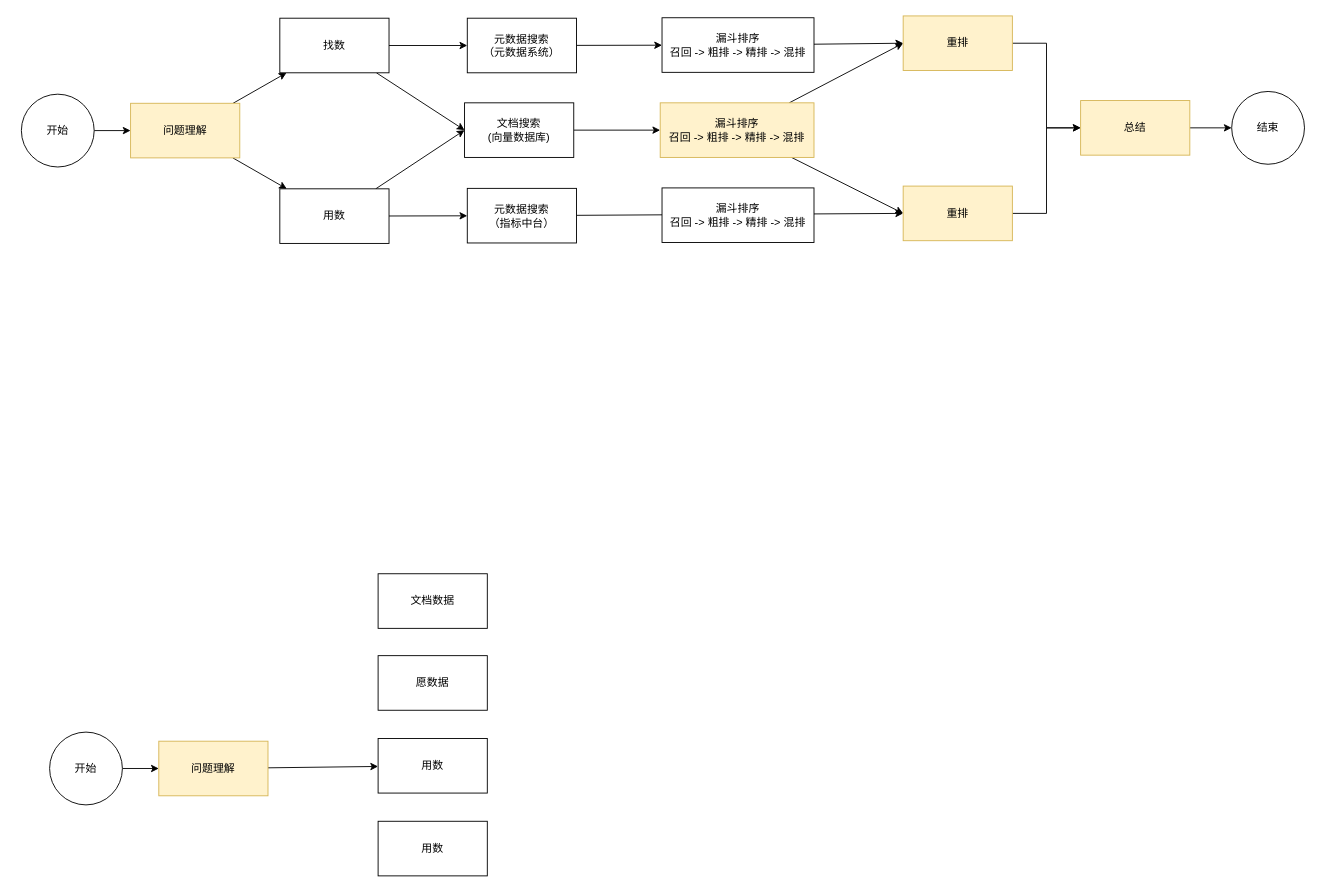
Earlier version of the draw.io diagram 问答机器人现状.drawio (FlyThroughAir/DrawHere). Source tidied: cells renumbered, new cells numbered last; positions are measured from the earlier drawing's top-left corner, leaving out a move shared by most shapes. Both pictures are drawn from the tidied source at 91%, with x=0, y=0 at pixel (21, 15).
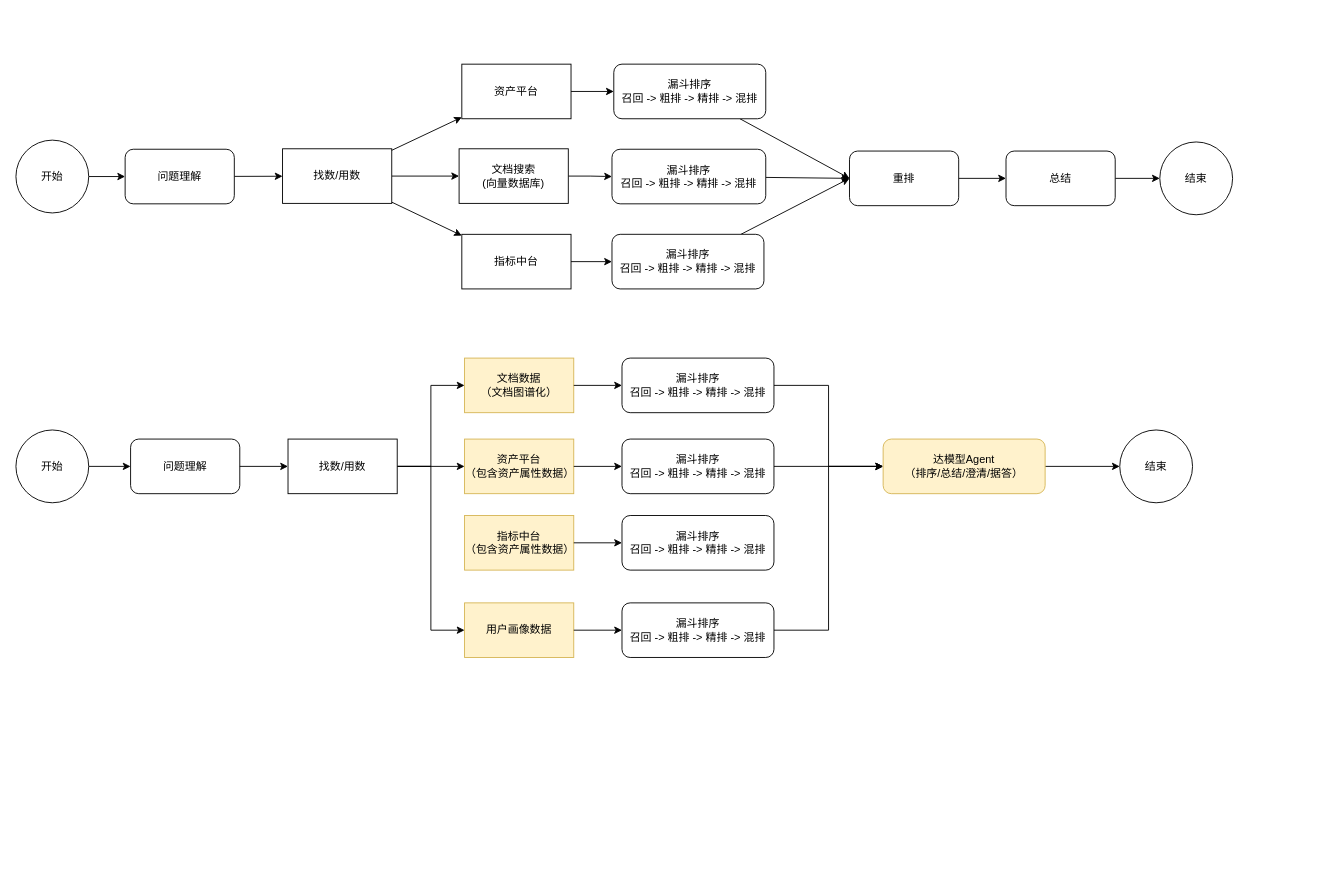
The same diagram, later.

Commit message:
更新问答机器人现状.drawio

What changed in the source:
```diff
@@
     <mxCell id="3" value="开始" style="ellipse;whiteSpace=wrap;html=1;" parent="1" vertex="1">
-      <mxGeometry y="86" width="80" height="80" as="geometry" />
+      <mxGeometry x="-6" y="136.5" width="80" height="80" as="geometry" />
     </mxCell>
-    <mxCell id="4" style="rounded=0;jettySize=auto;html=1;" parent="1" edge="1" source="6" target="9">
-      <mxGeometry relative="1" as="geometry" />
-    </mxCell>
@@
-    <mxCell id="6" value="问题理解" style="whiteSpace=wrap;html=1;fillColor=#fff2cc;strokeColor=#d6b656;" parent="1" vertex="1">
-      <mxGeometry x="120" y="96" width="120" height="60" as="geometry" />
+    <mxCell id="6" value="问题理解" style="whiteSpace=wrap;html=1;rounded=1;" parent="1" vertex="1">
+      <mxGeometry x="114" y="146.5" width="120" height="60" as="geometry" />
     </mxCell>
@@
-    <mxCell id="8" style="rounded=0;jettySize=auto;html=1;entryX=0;entryY=0.5;entryDx=0;entryDy=0;" parent="1" edge="1" source="9" target="21">
-      <mxGeometry relative="1" as="geometry" />
-    </mxCell>
-    <mxCell id="9" value="找数" style="whiteSpace=wrap;html=1;" parent="1" vertex="1">
-      <mxGeometry x="284" y="2.5" width="120" height="60" as="geometry" />
-    </mxCell>
@@
-    <mxCell id="12" value="用数" style="whiteSpace=wrap;html=1;" parent="1" vertex="1">
-      <mxGeometry x="284" y="190" width="120" height="60" as="geometry" />
+    <mxCell id="12" value="找数/用数" style="whiteSpace=wrap;html=1;" parent="1" vertex="1">
+      <mxGeometry x="287" y="146" width="120" height="60" as="geometry" />
     </mxCell>
@@
-    <mxCell id="15" value="漏斗排序&lt;div&gt;&lt;span style=&quot;background-color: initial; white-space: pre;&quot; class=&quot;text-only&quot;&gt;召回 -&amp;gt; 粗排 -&amp;gt; 精排 &lt;/span&gt;&lt;span style=&quot;white-space: pre;&quot;&gt;-&amp;gt; &lt;/span&gt;&lt;span style=&quot;background-color: initial; white-space: pre;&quot; class=&quot;text-only text-with-abbreviation text-with-abbreviation-bottomline&quot;&gt;混排&lt;/span&gt;&lt;br&gt;&lt;/div&gt;" style="whiteSpace=wrap;html=1;" parent="1" vertex="1">
-      <mxGeometry x="704" y="2" width="167" height="60" as="geometry" />
+    <mxCell id="15" value="漏斗排序&lt;div&gt;&lt;span style=&quot;background-color: initial; white-space: pre;&quot; class=&quot;text-only&quot;&gt;召回 -&amp;gt; 粗排 -&amp;gt; 精排 &lt;/span&gt;&lt;span style=&quot;white-space: pre;&quot;&gt;-&amp;gt; &lt;/span&gt;&lt;span style=&quot;background-color: initial; white-space: pre;&quot; class=&quot;text-only text-with-abbreviation text-with-abbreviation-bottomline&quot;&gt;混排&lt;/span&gt;&lt;br&gt;&lt;/div&gt;" style="whiteSpace=wrap;html=1;rounded=1;" parent="1" vertex="1">
+      <mxGeometry x="651" y="53" width="167" height="60" as="geometry" />
     </mxCell>
@@
-    <mxCell id="17" style="rounded=0;jettySize=auto;html=1;entryX=0;entryY=0.5;entryDx=0;entryDy=0;" parent="1" edge="1" source="18" target="25">
-      <mxGeometry relative="1" as="geometry" />
-    </mxCell>
-    <mxCell id="18" value="&lt;div&gt;漏斗排序&lt;div&gt;&lt;span style=&quot;background-color: initial; white-space: pre;&quot; class=&quot;text-only&quot;&gt;召回 -&amp;gt; 粗排 -&amp;gt; 精排 &lt;/span&gt;&lt;span style=&quot;white-space: pre;&quot;&gt;-&amp;gt; &lt;/span&gt;&lt;span style=&quot;background-color: initial; white-space: pre;&quot; class=&quot;text-only text-with-abbreviation text-with-abbreviation-bottomline&quot;&gt;混排&lt;/span&gt;&lt;/div&gt;&lt;/div&gt;" style="whiteSpace=wrap;html=1;fillColor=#fff2cc;strokeColor=#d6b656;" parent="1" vertex="1">
-      <mxGeometry x="702" y="95.5" width="169" height="60" as="geometry" />
+    <mxCell id="18" value="&lt;div&gt;漏斗排序&lt;div&gt;&lt;span style=&quot;background-color: initial; white-space: pre;&quot; class=&quot;text-only&quot;&gt;召回 -&amp;gt; 粗排 -&amp;gt; 精排 &lt;/span&gt;&lt;span style=&quot;white-space: pre;&quot;&gt;-&amp;gt; &lt;/span&gt;&lt;span style=&quot;background-color: initial; white-space: pre;&quot; class=&quot;text-only text-with-abbreviation text-with-abbreviation-bottomline&quot;&gt;混排&lt;/span&gt;&lt;/div&gt;&lt;/div&gt;" style="whiteSpace=wrap;html=1;rounded=1;" parent="1" vertex="1">
+      <mxGeometry x="649" y="146.5" width="169" height="60" as="geometry" />
     </mxCell>
-    <mxCell id="19" style="rounded=0;jettySize=auto;html=1;entryX=0;entryY=0.5;entryDx=0;entryDy=0;" parent="1" edge="1" source="20" target="25">
+    <mxCell id="19" style="rounded=0;jettySize=auto;html=1;entryX=0;entryY=0.5;entryDx=0;entryDy=0;" parent="1" edge="1" source="39" target="23">
       <mxGeometry relative="1" as="geometry" />
     </mxCell>
-    <mxCell id="20" value="元数据搜索&lt;div&gt;（指标中台）&lt;/div&gt;" style="whiteSpace=wrap;html=1;" parent="1" vertex="1">
-      <mxGeometry x="490" y="189.5" width="120" height="60" as="geometry" />
+    <mxCell id="20" value="&lt;div&gt;指标中台&lt;/div&gt;" style="whiteSpace=wrap;html=1;" parent="1" vertex="1">
+      <mxGeometry x="484" y="240" width="120" height="60" as="geometry" />
     </mxCell>
     <mxCell id="21" value="文档搜索&lt;div&gt;(&lt;span style=&quot;background-color: initial;&quot;&gt;向量数据库&lt;/span&gt;&lt;span style=&quot;background-color: initial;&quot;&gt;)&lt;/span&gt;&lt;/div&gt;" style="whiteSpace=wrap;html=1;" parent="1" vertex="1">
-      <mxGeometry x="487" y="95.5" width="120" height="60" as="geometry" />
+      <mxGeometry x="481" y="146" width="120" height="60" as="geometry" />
     </mxCell>
@@
-    <mxCell id="23" value="重排" style="whiteSpace=wrap;html=1;fillColor=#fff2cc;strokeColor=#d6b656;" parent="1" vertex="1">
-      <mxGeometry x="969" width="120" height="60" as="geometry" />
+    <mxCell id="23" value="重排" style="whiteSpace=wrap;html=1;rounded=1;" parent="1" vertex="1">
+      <mxGeometry x="910" y="148.5" width="120" height="60" as="geometry" />
     </mxCell>
-    <mxCell id="24" style="edgeStyle=orthogonalEdgeStyle;rounded=0;jettySize=auto;html=1;entryX=0;entryY=0.5;entryDx=0;entryDy=0;" parent="1" edge="1" source="25" target="27">
-      <mxGeometry relative="1" as="geometry" />
-    </mxCell>
-    <mxCell id="25" value="重排" style="whiteSpace=wrap;html=1;fillColor=#fff2cc;strokeColor=#d6b656;" parent="1" vertex="1">
-      <mxGeometry x="969" y="187" width="120" height="60" as="geometry" />
-    </mxCell>
@@
-    <mxCell id="27" value="总结" style="whiteSpace=wrap;html=1;fillColor=#fff2cc;strokeColor=#d6b656;" parent="1" vertex="1">
-      <mxGeometry x="1164" y="93" width="120" height="60" as="geometry" />
+    <mxCell id="27" value="总结" style="whiteSpace=wrap;html=1;rounded=1;" parent="1" vertex="1">
+      <mxGeometry x="1082" y="148.5" width="120" height="60" as="geometry" />
     </mxCell>
     <mxCell id="28" value="结束" style="ellipse;whiteSpace=wrap;html=1;" parent="1" vertex="1">
-      <mxGeometry x="1330" y="83" width="80" height="80" as="geometry" />
+      <mxGeometry x="1251" y="138.5" width="80" height="80" as="geometry" />
     </mxCell>
@@
     <mxCell id="30" value="开始" style="ellipse;whiteSpace=wrap;html=1;" parent="1" vertex="1">
-      <mxGeometry x="31" y="787" width="80" height="80" as="geometry" />
+      <mxGeometry x="-6" y="455" width="80" height="80" as="geometry" />
     </mxCell>
-    <mxCell id="31" style="rounded=0;jettySize=auto;html=1;" parent="1" edge="1" source="32" target="33">
-      <mxGeometry relative="1" as="geometry" />
-    </mxCell>
+    <mxCell id="40" style="edgeStyle=orthogonalEdgeStyle;rounded=0;jettySize=auto;html=1;entryX=0;entryY=0.5;entryDx=0;entryDy=0;" parent="1" edge="1" source="56" target="34">
+      <mxGeometry relative="1" as="geometry" />
+    </mxCell>
-    <mxCell id="32" value="问题理解" style="whiteSpace=wrap;html=1;fillColor=#fff2cc;strokeColor=#d6b656;" parent="1" vertex="1">
-      <mxGeometry x="151" y="797" width="120" height="60" as="geometry" />
+    <mxCell id="32" value="问题理解" style="whiteSpace=wrap;html=1;rounded=1;" parent="1" vertex="1">
+      <mxGeometry x="120" y="465" width="120" height="60" as="geometry" />
     </mxCell>
+    <mxCell id="41" style="edgeStyle=orthogonalEdgeStyle;rounded=0;jettySize=auto;html=1;entryX=0;entryY=0.5;entryDx=0;entryDy=0;" parent="1" edge="1" source="51" target="45">
+      <mxGeometry relative="1" as="geometry" />
+    </mxCell>
-    <mxCell id="33" value="用数" style="whiteSpace=wrap;html=1;" parent="1" vertex="1">
-      <mxGeometry x="392" y="794" width="120" height="60" as="geometry" />
+    <mxCell id="33" value="用户画像数据" style="whiteSpace=wrap;html=1;fillColor=#fff2cc;strokeColor=#d6b656;" parent="1" vertex="1">
+      <mxGeometry x="487" y="645" width="120" height="60" as="geometry" />
     </mxCell>
+    <mxCell id="42" style="edgeStyle=orthogonalEdgeStyle;rounded=0;jettySize=auto;html=1;" parent="1" edge="1" source="49" target="45">
+      <mxGeometry relative="1" as="geometry" />
+    </mxCell>
-    <mxCell id="34" value="愿数据" style="whiteSpace=wrap;html=1;" parent="1" vertex="1">
-      <mxGeometry x="392" y="703" width="120" height="60" as="geometry" />
+    <mxCell id="34" value="资产平台&lt;div&gt;（包含资产属性数据）&lt;/div&gt;" style="whiteSpace=wrap;html=1;fillColor=#fff2cc;strokeColor=#d6b656;" parent="1" vertex="1">
+      <mxGeometry x="487" y="465" width="120" height="60" as="geometry" />
     </mxCell>
-    <mxCell id="35" value="用数" style="whiteSpace=wrap;html=1;" parent="1" vertex="1">
-      <mxGeometry x="392" y="885" width="120" height="60" as="geometry" />
-    </mxCell>
+    <mxCell id="43" style="edgeStyle=orthogonalEdgeStyle;rounded=0;jettySize=auto;html=1;entryX=0;entryY=0.5;entryDx=0;entryDy=0;" parent="1" edge="1" source="47" target="45">
+      <mxGeometry relative="1" as="geometry" />
+    </mxCell>
-    <mxCell id="36" value="文档数据" style="whiteSpace=wrap;html=1;" parent="1" vertex="1">
-      <mxGeometry x="392" y="613" width="120" height="60" as="geometry" />
+    <mxCell id="36" value="文档数据&lt;div&gt;（文档图谱化）&lt;/div&gt;" style="whiteSpace=wrap;html=1;fillColor=#fff2cc;strokeColor=#d6b656;" parent="1" vertex="1">
+      <mxGeometry x="487" y="376" width="120" height="60" as="geometry" />
     </mxCell>
-    <mxCell id="37" style="rounded=0;jettySize=auto;html=1;" parent="1" edge="1" source="9" target="38">
+    <mxCell id="37" style="rounded=0;jettySize=auto;html=1;" parent="1" edge="1" source="12" target="38">
       <mxGeometry relative="1" as="geometry" />
     </mxCell>
-    <mxCell id="38" value="元数据搜索&lt;div&gt;（元数据系统）&lt;/div&gt;" style="whiteSpace=wrap;html=1;" parent="1" vertex="1">
-      <mxGeometry x="490" y="2.5" width="120" height="60" as="geometry" />
+    <mxCell id="38" value="&lt;div&gt;资产平台&lt;/div&gt;" style="whiteSpace=wrap;html=1;" parent="1" vertex="1">
+      <mxGeometry x="484" y="53" width="120" height="60" as="geometry" />
     </mxCell>
+    <mxCell id="44" style="edgeStyle=orthogonalEdgeStyle;rounded=0;jettySize=auto;html=1;" parent="1" edge="1" source="45" target="52">
+      <mxGeometry relative="1" as="geometry" />
+    </mxCell>
+    <mxCell id="45" value="达模型Agent&lt;div&gt;（排序/总结/澄清/据答）&lt;/div&gt;" style="whiteSpace=wrap;html=1;rounded=1;fillColor=#fff2cc;strokeColor=#d6b656;" parent="1" vertex="1">
+      <mxGeometry x="947" y="465" width="178" height="60" as="geometry" />
+    </mxCell>
+    <mxCell id="46" style="edgeStyle=orthogonalEdgeStyle;rounded=0;jettySize=auto;html=1;entryX=0;entryY=0.5;entryDx=0;entryDy=0;" parent="1" edge="1" source="36" target="47">
+      <mxGeometry relative="1" as="geometry" />
+    </mxCell>
+    <mxCell id="47" value="漏斗排序&lt;div&gt;&lt;span style=&quot;background-color: initial; white-space: pre;&quot; class=&quot;text-only&quot;&gt;召回 -&amp;gt; 粗排 -&amp;gt; 精排 &lt;/span&gt;&lt;span style=&quot;white-space: pre;&quot;&gt;-&amp;gt; &lt;/span&gt;&lt;span style=&quot;background-color: initial; white-space: pre;&quot; class=&quot;text-only text-with-abbreviation text-with-abbreviation-bottomline&quot;&gt;混排&lt;/span&gt;&lt;br&gt;&lt;/div&gt;" style="whiteSpace=wrap;html=1;rounded=1;" parent="1" vertex="1">
+      <mxGeometry x="660" y="376" width="167" height="60" as="geometry" />
+    </mxCell>
+    <mxCell id="48" style="edgeStyle=orthogonalEdgeStyle;rounded=0;jettySize=auto;html=1;" parent="1" edge="1" source="34" target="49">
+      <mxGeometry relative="1" as="geometry" />
+    </mxCell>
+    <mxCell id="49" value="漏斗排序&lt;div&gt;&lt;span style=&quot;background-color: initial; white-space: pre;&quot; class=&quot;text-only&quot;&gt;召回 -&amp;gt; 粗排 -&amp;gt; 精排 &lt;/span&gt;&lt;span style=&quot;white-space: pre;&quot;&gt;-&amp;gt; &lt;/span&gt;&lt;span style=&quot;background-color: initial; white-space: pre;&quot; class=&quot;text-only text-with-abbreviation text-with-abbreviation-bottomline&quot;&gt;混排&lt;/span&gt;&lt;br&gt;&lt;/div&gt;" style="whiteSpace=wrap;html=1;rounded=1;" parent="1" vertex="1">
+      <mxGeometry x="660" y="465" width="167" height="60" as="geometry" />
+    </mxCell>
+    <mxCell id="50" style="edgeStyle=orthogonalEdgeStyle;rounded=0;jettySize=auto;html=1;entryX=0;entryY=0.5;entryDx=0;entryDy=0;" parent="1" edge="1" source="33" target="51">
+      <mxGeometry relative="1" as="geometry" />
+    </mxCell>
+    <mxCell id="51" value="漏斗排序&lt;div&gt;&lt;span style=&quot;background-color: initial; white-space: pre;&quot; class=&quot;text-only&quot;&gt;召回 -&amp;gt; 粗排 -&amp;gt; 精排 &lt;/span&gt;&lt;span style=&quot;white-space: pre;&quot;&gt;-&amp;gt; &lt;/span&gt;&lt;span style=&quot;background-color: initial; white-space: pre;&quot; class=&quot;text-only text-with-abbreviation text-with-abbreviation-bottomline&quot;&gt;混排&lt;/span&gt;&lt;br&gt;&lt;/div&gt;" style="whiteSpace=wrap;html=1;rounded=1;" parent="1" vertex="1">
+      <mxGeometry x="660" y="645" width="167" height="60" as="geometry" />
+    </mxCell>
+    <mxCell id="52" value="结束" style="ellipse;whiteSpace=wrap;html=1;" parent="1" vertex="1">
+      <mxGeometry x="1207" y="455" width="80" height="80" as="geometry" />
+    </mxCell>
+    <mxCell id="53" style="edgeStyle=orthogonalEdgeStyle;rounded=0;jettySize=auto;html=1;entryX=0;entryY=0.5;entryDx=0;entryDy=0;" parent="1" edge="1" source="32" target="56">
+      <mxGeometry relative="1" as="geometry" />
+    </mxCell>
+    <mxCell id="54" style="edgeStyle=orthogonalEdgeStyle;rounded=0;jettySize=auto;html=1;entryX=0;entryY=0.5;entryDx=0;entryDy=0;" parent="1" edge="1" source="56" target="36">
+      <mxGeometry relative="1" as="geometry" />
+    </mxCell>
+    <mxCell id="55" style="edgeStyle=orthogonalEdgeStyle;rounded=0;jettySize=auto;html=1;entryX=0;entryY=0.5;entryDx=0;entryDy=0;" parent="1" edge="1" source="56" target="33">
+      <mxGeometry relative="1" as="geometry" />
+    </mxCell>
+    <mxCell id="56" value="找数/用数" style="whiteSpace=wrap;html=1;rounded=0;" parent="1" vertex="1">
+      <mxGeometry x="293" y="465" width="120" height="60" as="geometry" />
+    </mxCell>
+    <mxCell id="57" style="rounded=0;jettySize=auto;html=1;entryX=0;entryY=0.5;entryDx=0;entryDy=0;" parent="1" edge="1" source="20" target="39">
+      <mxGeometry relative="1" as="geometry" />
+    </mxCell>
-    <mxCell id="39" value="漏斗排序&lt;div&gt;&lt;span style=&quot;background-color: initial; white-space: pre;&quot; class=&quot;text-only&quot;&gt;召回 -&amp;gt; 粗排 -&amp;gt; 精排 &lt;/span&gt;&lt;span style=&quot;white-space: pre;&quot;&gt;-&amp;gt; &lt;/span&gt;&lt;span style=&quot;background-color: initial; white-space: pre;&quot; class=&quot;text-only text-with-abbreviation text-with-abbreviation-bottomline&quot;&gt;混排&lt;/span&gt;&lt;br&gt;&lt;/div&gt;" style="whiteSpace=wrap;html=1;" parent="1" vertex="1">
-      <mxGeometry x="704" y="189" width="167" height="60" as="geometry" />
+    <mxCell id="39" value="漏斗排序&lt;div&gt;&lt;span style=&quot;background-color: initial; white-space: pre;&quot; class=&quot;text-only&quot;&gt;召回 -&amp;gt; 粗排 -&amp;gt; 精排 &lt;/span&gt;&lt;span style=&quot;white-space: pre;&quot;&gt;-&amp;gt; &lt;/span&gt;&lt;span style=&quot;background-color: initial; white-space: pre;&quot; class=&quot;text-only text-with-abbreviation text-with-abbreviation-bottomline&quot;&gt;混排&lt;/span&gt;&lt;br&gt;&lt;/div&gt;" style="whiteSpace=wrap;html=1;rounded=1;" parent="1" vertex="1">
+      <mxGeometry x="649" y="240" width="167" height="60" as="geometry" />
     </mxCell>
+    <mxCell id="58" value="指标中台&lt;div&gt;（包含资产属性数据）&lt;/div&gt;" style="whiteSpace=wrap;html=1;fillColor=#fff2cc;strokeColor=#d6b656;" parent="1" vertex="1">
+      <mxGeometry x="487" y="549" width="120" height="60" as="geometry" />
+    </mxCell>
+    <mxCell id="59" style="edgeStyle=orthogonalEdgeStyle;rounded=0;jettySize=auto;html=1;" parent="1" edge="1" source="58" target="60">
+      <mxGeometry relative="1" as="geometry" />
+    </mxCell>
+    <mxCell id="60" value="漏斗排序&lt;div&gt;&lt;span style=&quot;background-color: initial; white-space: pre;&quot; class=&quot;text-only&quot;&gt;召回 -&amp;gt; 粗排 -&amp;gt; 精排 &lt;/span&gt;&lt;span style=&quot;white-space: pre;&quot;&gt;-&amp;gt; &lt;/span&gt;&lt;span style=&quot;background-color: initial; white-space: pre;&quot; class=&quot;text-only text-with-abbreviation text-with-abbreviation-bottomline&quot;&gt;混排&lt;/span&gt;&lt;br&gt;&lt;/div&gt;" style="whiteSpace=wrap;html=1;rounded=1;" parent="1" vertex="1">
+      <mxGeometry x="660" y="549" width="167" height="60" as="geometry" />
+    </mxCell>
```
